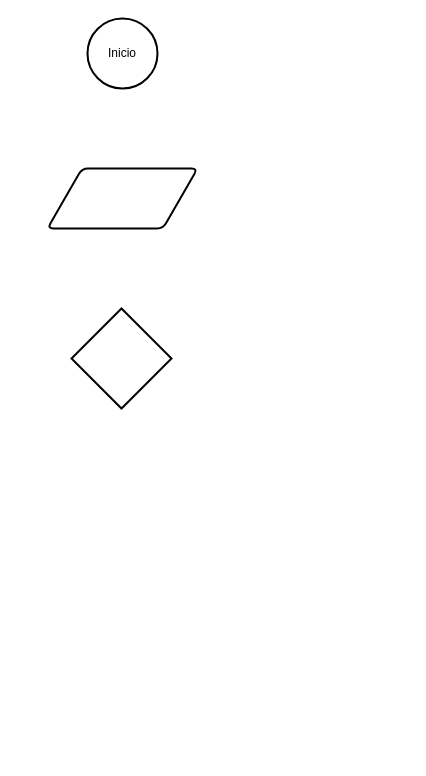
This is doc/diagrama_escape.drawio from pcortes80/intropython-desafio-escape, a draw.io file, before an edit. Source tidied: cells renumbered, new cells numbered last; positions are measured from the earlier drawing's top-left corner, leaving out a move shared by most shapes. Both pictures are drawn from the tidied source at 100%, with x=0, y=0 at pixel (47, 18).
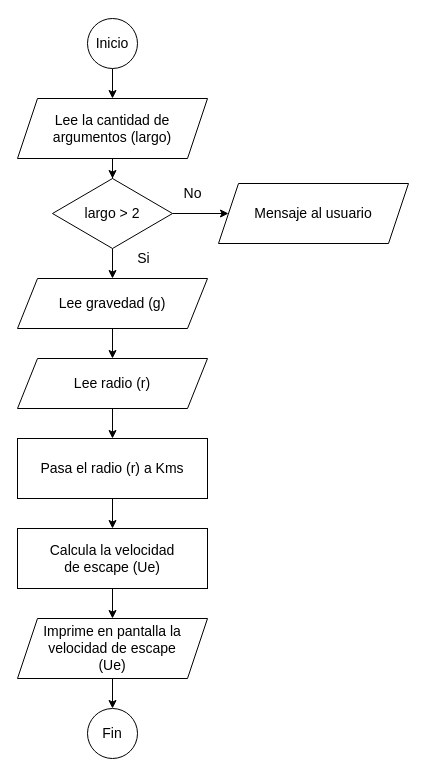
The same page after the edit.

The edit, as a diff of the source:
```diff
@@
-    <mxCell id="2" style="shape=parallelogram;html=1;strokeWidth=2;perimeter=parallelogramPerimeter;whiteSpace=wrap;rounded=1;arcSize=12;size=0.23;" parent="1" vertex="1">
-      <mxGeometry y="150" width="150" height="60" as="geometry" />
-    </mxCell>
-    <mxCell id="3" style="strokeWidth=2;html=1;shape=mxgraph.flowchart.decision;whiteSpace=wrap;" parent="1" vertex="1">
-      <mxGeometry x="24" y="290" width="100" height="100" as="geometry" />
-    </mxCell>
+    <mxCell id="5" style="edgeStyle=orthogonalEdgeStyle;rounded=0;jettySize=auto;html=1;exitX=0.5;exitY=1;exitDx=0;exitDy=0;entryX=0.5;entryY=0;entryDx=0;entryDy=0;" parent="1" edge="1" source="6" target="18">
+      <mxGeometry relative="1" as="geometry" />
+    </mxCell>
+    <mxCell id="6" value="&lt;span style=&quot;font-size: 14px&quot;&gt;Lee gravedad&amp;nbsp;&lt;/span&gt;&lt;span style=&quot;font-size: 14px&quot;&gt;(g)&lt;/span&gt;" style="shape=parallelogram;perimeter=parallelogramPerimeter;whiteSpace=wrap;html=1;fixedSize=1;" parent="1" vertex="1">
+      <mxGeometry x="-30" y="260" width="190" height="50" as="geometry" />
+    </mxCell>
+    <mxCell id="7" style="edgeStyle=orthogonalEdgeStyle;rounded=0;jettySize=auto;html=1;exitX=0.5;exitY=1;exitDx=0;exitDy=0;" parent="1" edge="1" source="4" target="13">
+      <mxGeometry relative="1" as="geometry" />
+    </mxCell>
-    <mxCell id="4" value="Inicio" style="strokeWidth=2;html=1;shape=mxgraph.flowchart.start_2;whiteSpace=wrap;" parent="1" vertex="1">
-      <mxGeometry x="40" width="70" height="70" as="geometry" />
+    <mxCell id="4" value="&lt;span style=&quot;font-size: 14px&quot;&gt;Inicio&lt;/span&gt;" style="ellipse;whiteSpace=wrap;html=1;" parent="1" vertex="1">
+      <mxGeometry x="40" width="50" height="50" as="geometry" />
     </mxCell>
+    <mxCell id="8" style="edgeStyle=orthogonalEdgeStyle;rounded=0;jettySize=auto;html=1;exitX=0.5;exitY=1;exitDx=0;exitDy=0;" parent="1" edge="1" source="9" target="11">
+      <mxGeometry relative="1" as="geometry" />
+    </mxCell>
+    <mxCell id="9" value="&lt;font style=&quot;font-size: 14px&quot;&gt;Pasa el radio (r) a Kms&lt;/font&gt;" style="rounded=0;whiteSpace=wrap;html=1;" parent="1" vertex="1">
+      <mxGeometry x="-30" y="420" width="190" height="60" as="geometry" />
+    </mxCell>
+    <mxCell id="10" style="edgeStyle=orthogonalEdgeStyle;rounded=0;jettySize=auto;html=1;exitX=0.5;exitY=1;exitDx=0;exitDy=0;" parent="1" edge="1" source="11" target="24">
+      <mxGeometry relative="1" as="geometry" />
+    </mxCell>
+    <mxCell id="11" value="&lt;font style=&quot;font-size: 14px&quot;&gt;Calcula la&amp;nbsp;velocidad &lt;br&gt;de escape (Ue)&lt;/font&gt;" style="rounded=0;whiteSpace=wrap;html=1;" parent="1" vertex="1">
+      <mxGeometry x="-30" y="510" width="190" height="60" as="geometry" />
+    </mxCell>
+    <mxCell id="12" style="edgeStyle=orthogonalEdgeStyle;rounded=0;jettySize=auto;html=1;exitX=0.5;exitY=1;exitDx=0;exitDy=0;" parent="1" edge="1" source="13" target="16">
+      <mxGeometry relative="1" as="geometry" />
+    </mxCell>
+    <mxCell id="13" value="&lt;span style=&quot;font-size: 14px&quot;&gt;Lee la cantidad de &lt;br&gt;argumentos (largo)&lt;br&gt;&lt;/span&gt;" style="shape=parallelogram;perimeter=parallelogramPerimeter;whiteSpace=wrap;html=1;fixedSize=1;" parent="1" vertex="1">
+      <mxGeometry x="-30" y="80" width="190" height="60" as="geometry" />
+    </mxCell>
+    <mxCell id="14" style="edgeStyle=orthogonalEdgeStyle;rounded=0;jettySize=auto;html=1;exitX=0.5;exitY=1;exitDx=0;exitDy=0;" parent="1" edge="1" source="16" target="6">
+      <mxGeometry relative="1" as="geometry" />
+    </mxCell>
+    <mxCell id="15" style="edgeStyle=orthogonalEdgeStyle;rounded=0;jettySize=auto;html=1;exitX=1;exitY=0.5;exitDx=0;exitDy=0;" parent="1" edge="1" source="16" target="19">
+      <mxGeometry relative="1" as="geometry" />
+    </mxCell>
+    <mxCell id="16" value="&lt;font style=&quot;font-size: 14px&quot;&gt;largo &amp;gt; 2&lt;/font&gt;" style="rhombus;whiteSpace=wrap;html=1;" parent="1" vertex="1">
+      <mxGeometry x="5" y="160" width="120" height="70" as="geometry" />
+    </mxCell>
+    <mxCell id="17" style="edgeStyle=orthogonalEdgeStyle;rounded=0;jettySize=auto;html=1;exitX=0.5;exitY=1;exitDx=0;exitDy=0;entryX=0.5;entryY=0;entryDx=0;entryDy=0;" parent="1" edge="1" source="18" target="9">
+      <mxGeometry relative="1" as="geometry" />
+    </mxCell>
+    <mxCell id="18" value="&lt;span style=&quot;font-size: 14px&quot;&gt;Lee radio&amp;nbsp;&lt;/span&gt;&lt;span style=&quot;font-size: 14px&quot;&gt;(r)&lt;/span&gt;" style="shape=parallelogram;perimeter=parallelogramPerimeter;whiteSpace=wrap;html=1;fixedSize=1;" parent="1" vertex="1">
+      <mxGeometry x="-30" y="340" width="190" height="50" as="geometry" />
+    </mxCell>
+    <mxCell id="19" value="&lt;span style=&quot;font-size: 14px&quot;&gt;Mensaje al usuario&lt;br&gt;&lt;/span&gt;" style="shape=parallelogram;perimeter=parallelogramPerimeter;whiteSpace=wrap;html=1;fixedSize=1;" parent="1" vertex="1">
+      <mxGeometry x="171" y="165" width="190" height="60" as="geometry" />
+    </mxCell>
+    <mxCell id="20" value="&lt;font style=&quot;font-size: 14px&quot;&gt;No&lt;/font&gt;" style="text;html=1;align=center;verticalAlign=middle;strokeColor=none;" parent="1" vertex="1">
+      <mxGeometry x="130" y="165" width="30" height="20" as="geometry" />
+    </mxCell>
+    <mxCell id="21" value="&lt;font style=&quot;font-size: 14px&quot;&gt;Si&lt;/font&gt;" style="text;html=1;align=center;verticalAlign=middle;strokeColor=none;" parent="1" vertex="1">
+      <mxGeometry x="81" y="230" width="30" height="20" as="geometry" />
+    </mxCell>
+    <mxCell id="22" value="&lt;span style=&quot;font-size: 14px&quot;&gt;Fin&lt;/span&gt;" style="ellipse;whiteSpace=wrap;html=1;" parent="1" vertex="1">
+      <mxGeometry x="40" y="690" width="50" height="50" as="geometry" />
+    </mxCell>
+    <mxCell id="23" style="edgeStyle=orthogonalEdgeStyle;rounded=0;jettySize=auto;html=1;exitX=0.5;exitY=1;exitDx=0;exitDy=0;" parent="1" edge="1" source="24" target="22">
+      <mxGeometry relative="1" as="geometry" />
+    </mxCell>
+    <mxCell id="24" value="&lt;span style=&quot;font-size: 14px&quot;&gt;Imprime en pantalla la velocidad de escape &lt;br&gt;(Ue)&lt;br&gt;&lt;/span&gt;" style="shape=parallelogram;perimeter=parallelogramPerimeter;whiteSpace=wrap;html=1;fixedSize=1;" parent="1" vertex="1">
+      <mxGeometry x="-30" y="600" width="190" height="60" as="geometry" />
+    </mxCell>
```
